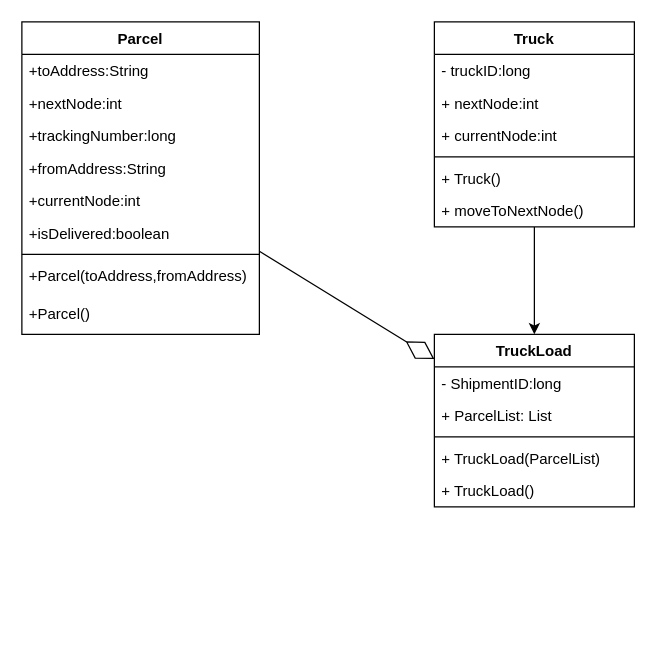
This is Untitled Diagram.drawio from MorningC0ffee/Software-Engineering-Project, a draw.io file, before an edit. Source tidied: cells renumbered, new cells numbered last; positions are measured from the earlier drawing's top-left corner, leaving out a move shared by most shapes. Both pictures are drawn from the tidied source at 125%, with x=0, y=0 at pixel (21, 21).
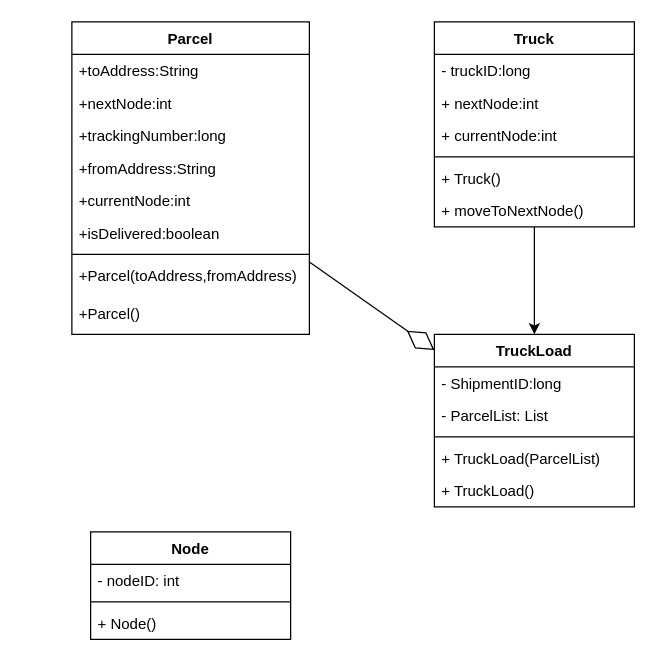
After the change.

Unchanged cells that the change refers to:
```xml
<mxCell id="20" value="TruckLoad" style="swimlane;fontStyle=1;align=center;verticalAlign=top;horizontal=1;startSize=26;" parent="1" vertex="1">
  <mxGeometry x="330" y="250" width="160" height="138" as="geometry" />
</mxCell>
```

What changed in the source:
```diff
@@
     <mxCell id="2" value="Parcel" style="swimlane;fontStyle=1;align=center;verticalAlign=top;horizontal=1;startSize=26;" parent="1" vertex="1">
-      <mxGeometry width="190" height="250" as="geometry" />
+      <mxGeometry x="40" width="190" height="250" as="geometry" />
     </mxCell>
@@
-    <mxCell id="22" value="+ ParcelList: List" style="text;strokeColor=none;fillColor=none;align=left;verticalAlign=top;spacingLeft=4;spacingRight=4;overflow=hidden;" parent="20" vertex="1">
+    <mxCell id="22" value="- ParcelList: List" style="text;strokeColor=none;fillColor=none;align=left;verticalAlign=top;spacingLeft=4;spacingRight=4;overflow=hidden;" parent="20" vertex="1">
       <mxGeometry y="52" width="160" height="26" as="geometry" />
     </mxCell>
@@
+    <mxCell id="27" value="Node" style="swimlane;fontStyle=1;align=center;verticalAlign=top;horizontal=1;startSize=26;" parent="1" vertex="1">
+      <mxGeometry x="55" y="408" width="160" height="86" as="geometry" />
+    </mxCell>
+    <mxCell id="28" value="- nodeID: int" style="text;strokeColor=none;fillColor=none;align=left;verticalAlign=top;spacingLeft=4;spacingRight=4;overflow=hidden;" parent="27" vertex="1">
+      <mxGeometry y="26" width="160" height="26" as="geometry" />
+    </mxCell>
+    <mxCell id="29" style="line;strokeWidth=1;fillColor=none;align=left;verticalAlign=middle;spacingTop=-1;spacingLeft=3;spacingRight=3;labelPosition=right;" parent="27" vertex="1">
+      <mxGeometry y="52" width="160" height="8" as="geometry" />
+    </mxCell>
+    <mxCell id="30" value="+ Node()" style="text;strokeColor=none;fillColor=none;align=left;verticalAlign=top;spacingLeft=4;spacingRight=4;overflow=hidden;" parent="27" vertex="1">
+      <mxGeometry y="60" width="160" height="26" as="geometry" />
+    </mxCell>
```
